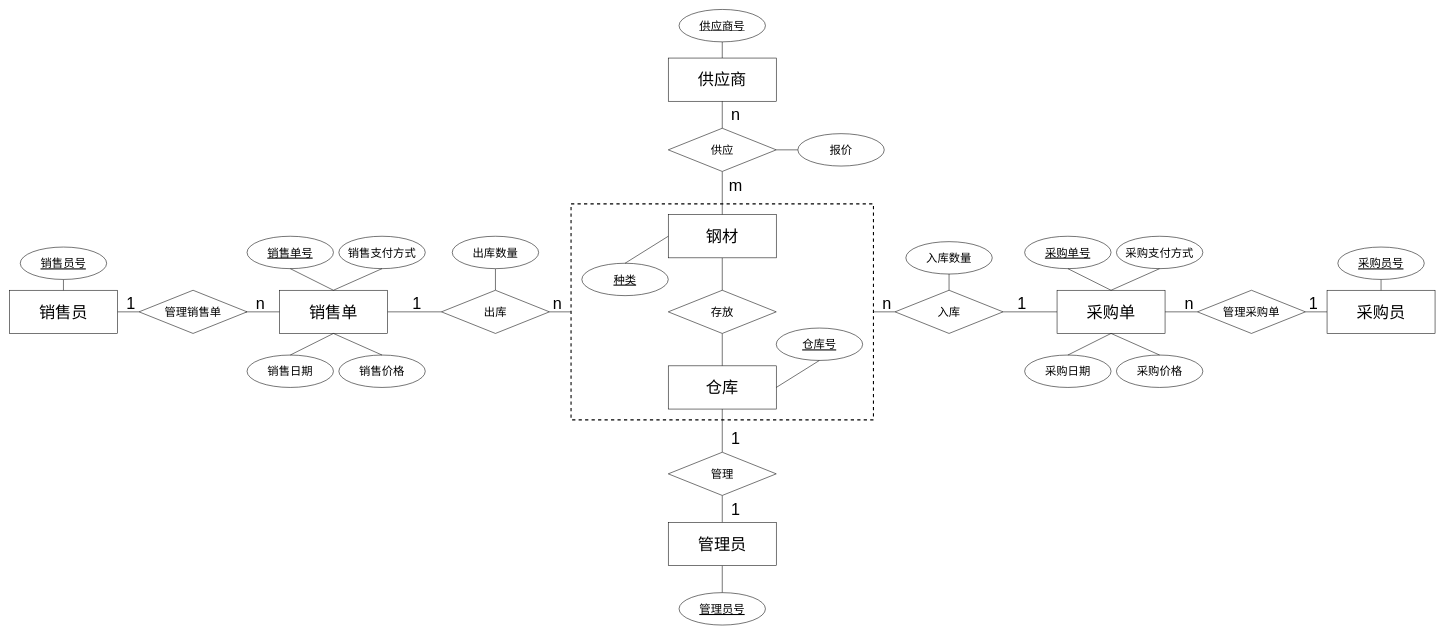
Earlier version of the draw.io diagram 大作业E-R图.drawio (minhuomin/minhuomin.github). Source tidied: cells renumbered, new cells numbered last; positions are measured from the earlier drawing's top-left corner, leaving out a move shared by most shapes. Both pictures are drawn from the tidied source at 54%, with x=0, y=0 at pixel (9, 9).
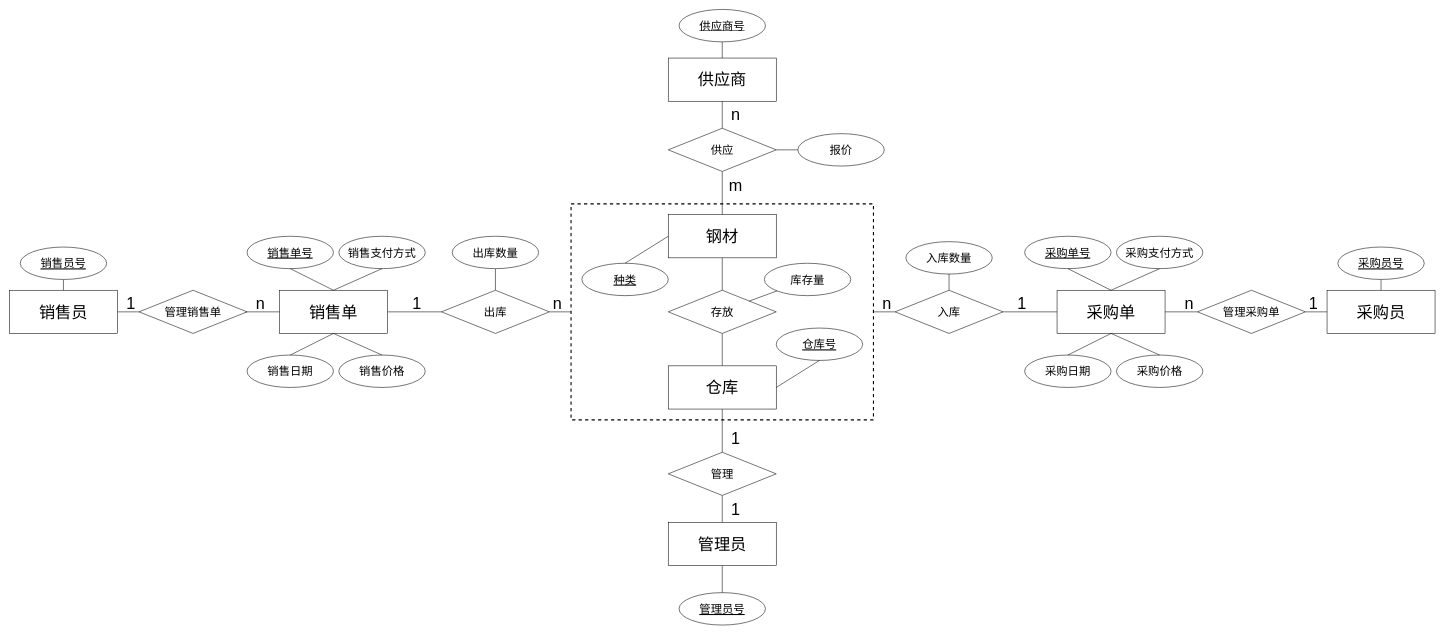
After the change.

Commit message (it also covers changes not shown here):
更新大作业E-R图.drawio

The change refers to these unchanged cells:
```xml
<mxCell id="13" value="存放" style="rhombus;whiteSpace=wrap;html=1;fontSize=21;" parent="1" vertex="1">
  <mxGeometry x="1220" y="520" width="200" height="80" as="geometry" />
</mxCell>
```

What changed in the source:
```diff
@@
+    <mxCell id="79" value="&lt;span style=&quot;font-size: 21px;&quot;&gt;库存量&lt;/span&gt;" style="ellipse;whiteSpace=wrap;html=1;" parent="1" vertex="1">
+      <mxGeometry x="1398" y="470" width="160" height="60" as="geometry" />
+    </mxCell>
+    <mxCell id="80" style="endArrow=none;html=1;rounded=0;fontSize=30;exitX=1;exitY=0;exitDx=0;exitDy=0;entryX=0;entryY=1;entryDx=0;entryDy=0;" parent="1" edge="1" source="13" target="79">
+      <mxGeometry relative="1" as="geometry" />
+    </mxCell>
```
